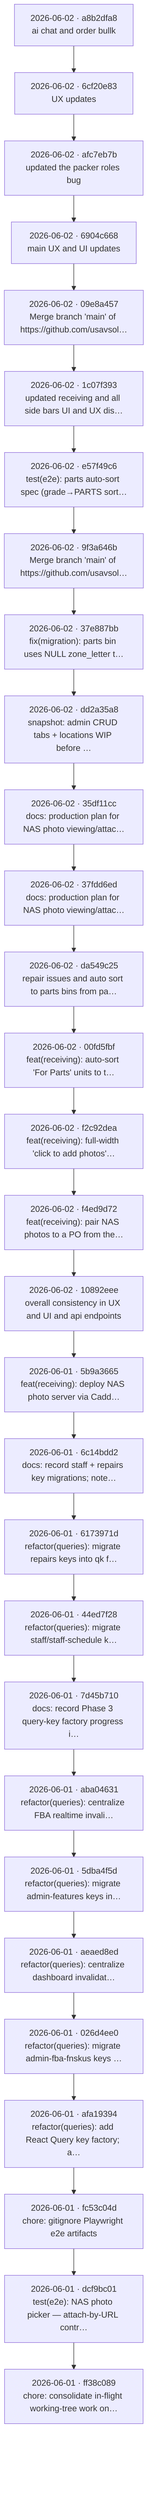
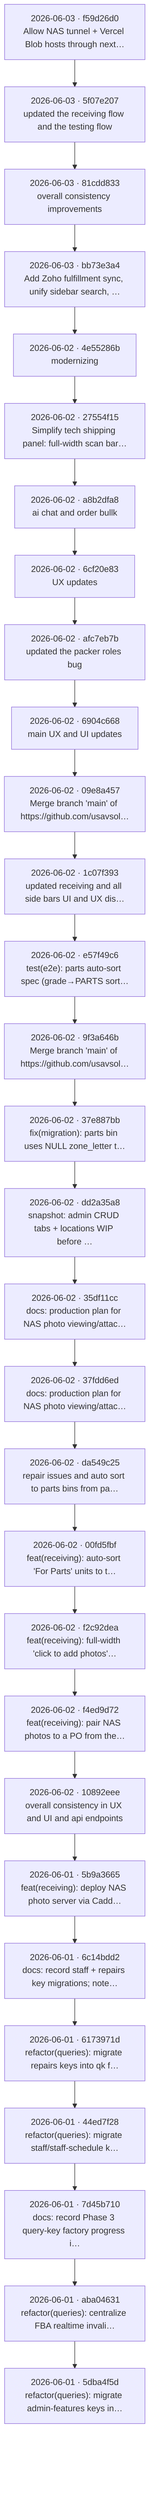
flowchart TB
-   c0["2026-06-02 · a8b2dfa8<br/>ai chat and order bullk"]
-   c1["2026-06-02 · 6cf20e83<br/>UX updates"]
+   c0["2026-06-03 · f59d26d0<br/>Allow NAS tunnel + Vercel Blob hosts through next…"]
+   c1["2026-06-03 · 5f07e207<br/>updated the receiving flow and the testing flow"]
  c0 --> c1
-   c2["2026-06-02 · afc7eb7b<br/>updated the packer roles bug"]
+   c2["2026-06-03 · 81cdd833<br/>overall consistency improvements"]
  c1 --> c2
-   c3["2026-06-02 · 6904c668<br/>main UX and UI updates"]
+   c3["2026-06-03 · bb73e3a4<br/>Add Zoho fulfillment sync, unify sidebar search, …"]
  c2 --> c3
-   c4["2026-06-02 · 09e8a457<br/>Merge branch 'main' of https://github.com/usavsol…"]
+   c4["2026-06-02 · 4e55286b<br/>modernizing"]
  c3 --> c4
-   c5["2026-06-02 · 1c07f393<br/>updated receiving and all side bars UI and UX dis…"]
+   c5["2026-06-02 · 27554f15<br/>Simplify tech shipping panel: full-width scan bar…"]
  c4 --> c5
-   c6["2026-06-02 · e57f49c6<br/>test(e2e): parts auto-sort spec (grade→PARTS sort…"]
+   c6["2026-06-02 · a8b2dfa8<br/>ai chat and order bullk"]
  c5 --> c6
-   c7["2026-06-02 · 9f3a646b<br/>Merge branch 'main' of https://github.com/usavsol…"]
+   c7["2026-06-02 · 6cf20e83<br/>UX updates"]
  c6 --> c7
-   c8["2026-06-02 · 37e887bb<br/>fix(migration): parts bin uses NULL zone_letter t…"]
+   c8["2026-06-02 · afc7eb7b<br/>updated the packer roles bug"]
  c7 --> c8
-   c9["2026-06-02 · dd2a35a8<br/>snapshot: admin CRUD tabs + locations WIP before …"]
+   c9["2026-06-02 · 6904c668<br/>main UX and UI updates"]
  c8 --> c9
-   c10["2026-06-02 · 35df11cc<br/>docs: production plan for NAS photo viewing/attac…"]
+   c10["2026-06-02 · 09e8a457<br/>Merge branch 'main' of https://github.com/usavsol…"]
  c9 --> c10
-   c11["2026-06-02 · 37fdd6ed<br/>docs: production plan for NAS photo viewing/attac…"]
+   c11["2026-06-02 · 1c07f393<br/>updated receiving and all side bars UI and UX dis…"]
  c10 --> c11
-   c12["2026-06-02 · da549c25<br/>repair issues and auto sort to parts bins from pa…"]
+   c12["2026-06-02 · e57f49c6<br/>test(e2e): parts auto-sort spec (grade→PARTS sort…"]
  c11 --> c12
-   c13["2026-06-02 · 00fd5fbf<br/>feat(receiving): auto-sort 'For Parts' units to t…"]
+   c13["2026-06-02 · 9f3a646b<br/>Merge branch 'main' of https://github.com/usavsol…"]
  c12 --> c13
-   c14["2026-06-02 · f2c92dea<br/>feat(receiving): full-width 'click to add photos'…"]
+   c14["2026-06-02 · 37e887bb<br/>fix(migration): parts bin uses NULL zone_letter t…"]
  c13 --> c14
-   c15["2026-06-02 · f4ed9d72<br/>feat(receiving): pair NAS photos to a PO from the…"]
+   c15["2026-06-02 · dd2a35a8<br/>snapshot: admin CRUD tabs + locations WIP before …"]
  c14 --> c15
-   c16["2026-06-02 · 10892eee<br/>overall consistency in UX and UI and api endpoints"]
+   c16["2026-06-02 · 35df11cc<br/>docs: production plan for NAS photo viewing/attac…"]
  c15 --> c16
-   c17["2026-06-01 · 5b9a3665<br/>feat(receiving): deploy NAS photo server via Cadd…"]
+   c17["2026-06-02 · 37fdd6ed<br/>docs: production plan for NAS photo viewing/attac…"]
  c16 --> c17
-   c18["2026-06-01 · 6c14bdd2<br/>docs: record staff + repairs key migrations; note…"]
+   c18["2026-06-02 · da549c25<br/>repair issues and auto sort to parts bins from pa…"]
  c17 --> c18
-   c19["2026-06-01 · 6173971d<br/>refactor(queries): migrate repairs keys into qk f…"]
+   c19["2026-06-02 · 00fd5fbf<br/>feat(receiving): auto-sort 'For Parts' units to t…"]
  c18 --> c19
-   c20["2026-06-01 · 44ed7f28<br/>refactor(queries): migrate staff/staff-schedule k…"]
+   c20["2026-06-02 · f2c92dea<br/>feat(receiving): full-width 'click to add photos'…"]
  c19 --> c20
-   c21["2026-06-01 · 7d45b710<br/>docs: record Phase 3 query-key factory progress i…"]
+   c21["2026-06-02 · f4ed9d72<br/>feat(receiving): pair NAS photos to a PO from the…"]
  c20 --> c21
-   c22["2026-06-01 · aba04631<br/>refactor(queries): centralize FBA realtime invali…"]
+   c22["2026-06-02 · 10892eee<br/>overall consistency in UX and UI and api endpoints"]
  c21 --> c22
-   c23["2026-06-01 · 5dba4f5d<br/>refactor(queries): migrate admin-features keys in…"]
+   c23["2026-06-01 · 5b9a3665<br/>feat(receiving): deploy NAS photo server via Cadd…"]
  c22 --> c23
-   c24["2026-06-01 · aeaed8ed<br/>refactor(queries): centralize dashboard invalidat…"]
+   c24["2026-06-01 · 6c14bdd2<br/>docs: record staff + repairs key migrations; note…"]
  c23 --> c24
-   c25["2026-06-01 · 026d4ee0<br/>refactor(queries): migrate admin-fba-fnskus keys …"]
+   c25["2026-06-01 · 6173971d<br/>refactor(queries): migrate repairs keys into qk f…"]
  c24 --> c25
-   c26["2026-06-01 · afa19394<br/>refactor(queries): add React Query key factory; a…"]
+   c26["2026-06-01 · 44ed7f28<br/>refactor(queries): migrate staff/staff-schedule k…"]
  c25 --> c26
-   c27["2026-06-01 · fc53c04d<br/>chore: gitignore Playwright e2e artifacts"]
+   c27["2026-06-01 · 7d45b710<br/>docs: record Phase 3 query-key factory progress i…"]
  c26 --> c27
-   c28["2026-06-01 · dcf9bc01<br/>test(e2e): NAS photo picker — attach-by-URL contr…"]
+   c28["2026-06-01 · aba04631<br/>refactor(queries): centralize FBA realtime invali…"]
  c27 --> c28
-   c29["2026-06-01 · ff38c089<br/>chore: consolidate in-flight working-tree work on…"]
+   c29["2026-06-01 · 5dba4f5d<br/>refactor(queries): migrate admin-features keys in…"]
  c28 --> c29